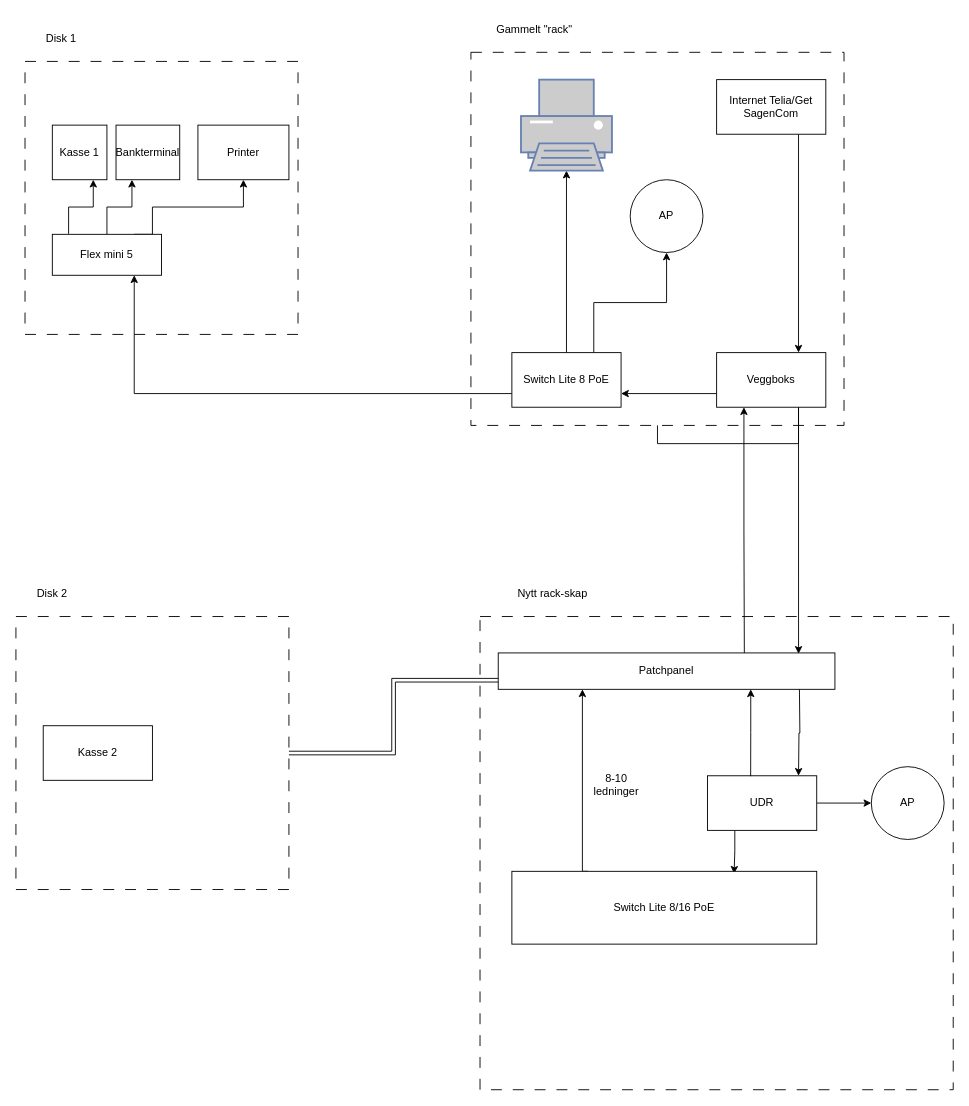
Before: Kolonialen.drawio in soteland/soteland.github.io, a draw.io diagram. Source tidied: cells renumbered, new cells numbered last; positions are measured from the earlier drawing's top-left corner, leaving out a move shared by most shapes. Both pictures are drawn from the tidied source at 91%, with x=0, y=0 at pixel (15, 15).
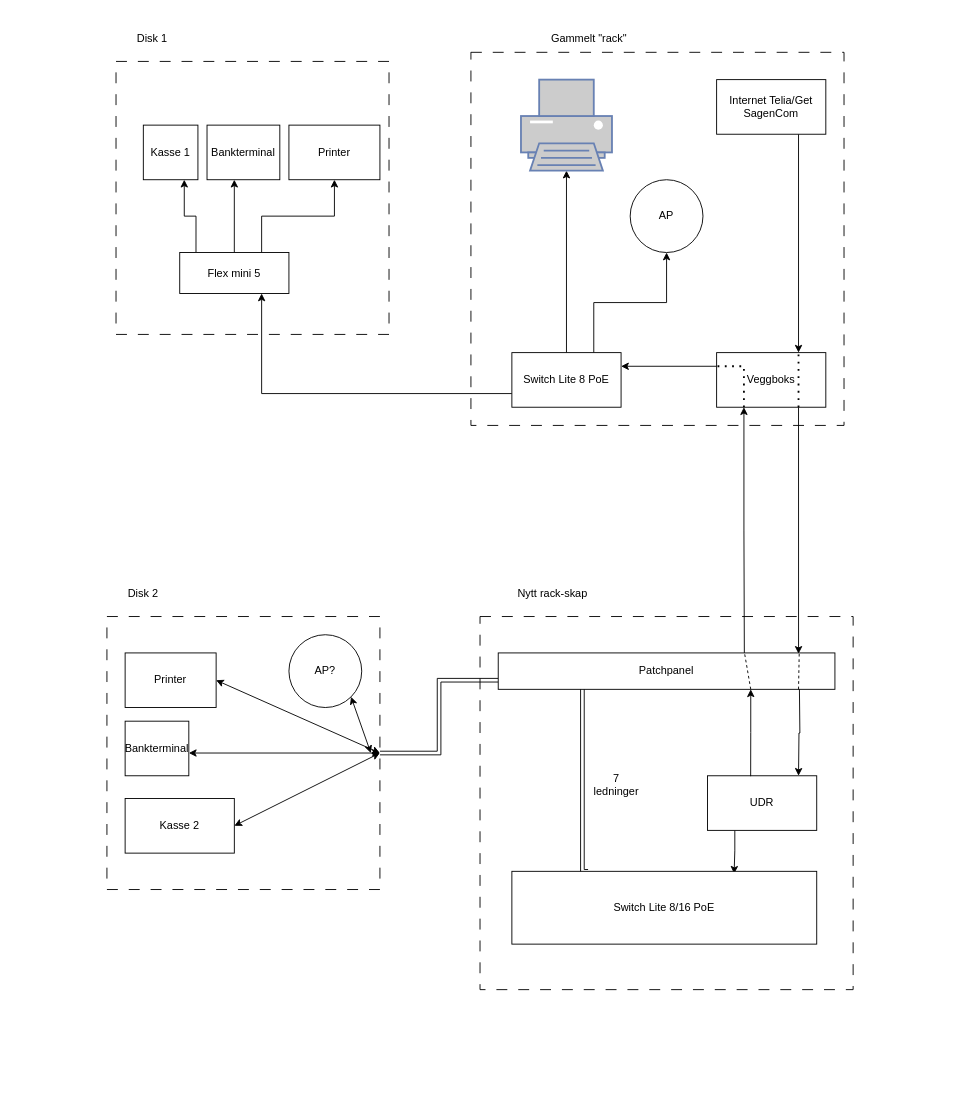
The same page after the edit.

Unchanged cells that the change refers to:
```xml
<mxCell id="5" style="whiteSpace=wrap;html=1;fillColor=none;dashed=1;dashPattern=12 12;" parent="1" vertex="1">
  <mxGeometry x="500" y="40" width="410" height="410" as="geometry" />
</mxCell>
<mxCell id="17" value="UDR" style="rounded=0;whiteSpace=wrap;html=1;" parent="1" vertex="1">
  <mxGeometry x="760" y="835" width="120" height="60" as="geometry" />
</mxCell>
<mxCell id="21" value="Veggboks" style="rounded=0;whiteSpace=wrap;html=1;" parent="1" vertex="1">
  <mxGeometry x="770" y="370" width="120" height="60" as="geometry" />
</mxCell>
<mxCell id="24" value="Patchpanel" style="rounded=0;whiteSpace=wrap;html=1;" parent="1" vertex="1">
  <mxGeometry x="530" y="700" width="370" height="40" as="geometry" />
</mxCell>
<mxCell id="29" value="Switch&amp;nbsp;Lite 8 PoE" style="rounded=0;whiteSpace=wrap;html=1;" parent="1" vertex="1">
  <mxGeometry x="545" y="370" width="120" height="60" as="geometry" />
</mxCell>
<mxCell id="35" value="Switch&amp;nbsp;Lite 8/16 PoE" style="rounded=0;whiteSpace=wrap;html=1;" parent="1" vertex="1">
  <mxGeometry x="545" y="940" width="335" height="80" as="geometry" />
</mxCell>
```

The edit, as a diff of the source:
```diff
@@
     <mxCell id="2" style="whiteSpace=wrap;html=1;fillColor=none;dashed=1;dashPattern=12 12;imageAspect=1;" parent="1" vertex="1">
-      <mxGeometry x="510" y="660" width="520" height="520" as="geometry" />
+      <mxGeometry x="510" y="660" width="410" height="410" as="geometry" />
     </mxCell>
     <mxCell id="3" style="whiteSpace=wrap;html=1;fillColor=none;dashed=1;dashPattern=12 12;" parent="1" vertex="1">
-      <mxGeometry y="660" width="300" height="300" as="geometry" />
+      <mxGeometry x="100" y="660" width="300" height="300" as="geometry" />
     </mxCell>
     <mxCell id="4" style="whiteSpace=wrap;html=1;fillColor=none;dashed=1;dashPattern=12 12;" parent="1" vertex="1">
-      <mxGeometry x="10" y="50" width="300" height="300" as="geometry" />
+      <mxGeometry x="110" y="50" width="300" height="300" as="geometry" />
     </mxCell>
@@
     <mxCell id="8" value="Disk 1" style="text;html=1;strokeColor=none;fillColor=none;align=center;verticalAlign=middle;whiteSpace=wrap;rounded=0;" parent="1" vertex="1">
-      <mxGeometry x="20" y="10" width="60" height="30" as="geometry" />
+      <mxGeometry x="120" y="10" width="60" height="30" as="geometry" />
     </mxCell>
     <mxCell id="9" value="Disk 2" style="text;html=1;strokeColor=none;fillColor=none;align=center;verticalAlign=middle;whiteSpace=wrap;rounded=0;" parent="1" vertex="1">
-      <mxGeometry x="10" y="620" width="60" height="30" as="geometry" />
+      <mxGeometry x="110" y="620" width="60" height="30" as="geometry" />
     </mxCell>
-    <mxCell id="10" style="edgeStyle=orthogonalEdgeStyle;rounded=0;jettySize=auto;html=1;entryX=0.75;entryY=0;entryDx=0;entryDy=0;" parent="1" edge="1" source="5" target="21">
-      <mxGeometry relative="1" as="geometry" />
-    </mxCell>
@@
     <mxCell id="12" value="Gammelt &quot;rack&quot;" style="text;html=1;strokeColor=none;fillColor=none;align=center;verticalAlign=middle;whiteSpace=wrap;rounded=0;" parent="1" vertex="1">
-      <mxGeometry x="510" width="120" height="30" as="geometry" />
+      <mxGeometry x="570" y="10" width="120" height="30" as="geometry" />
     </mxCell>
     <mxCell id="13" value="Kasse 1" style="rounded=0;whiteSpace=wrap;html=1;" parent="1" vertex="1">
-      <mxGeometry x="40" y="120" width="60" height="60" as="geometry" />
+      <mxGeometry x="140" y="120" width="60" height="60" as="geometry" />
     </mxCell>
     <mxCell id="14" value="Kasse 2" style="rounded=0;whiteSpace=wrap;html=1;" parent="1" vertex="1">
-      <mxGeometry x="30" y="780" width="120" height="60" as="geometry" />
+      <mxGeometry x="120" y="860" width="120" height="60" as="geometry" />
     </mxCell>
@@
-    <mxCell id="16" style="edgeStyle=orthogonalEdgeStyle;rounded=0;jettySize=auto;html=1;exitX=1;exitY=0.5;exitDx=0;exitDy=0;entryX=0;entryY=0.5;entryDx=0;entryDy=0;" parent="1" edge="1" source="17" target="40">
-      <mxGeometry relative="1" as="geometry" />
-    </mxCell>
@@
-    <mxCell id="20" style="edgeStyle=orthogonalEdgeStyle;rounded=0;jettySize=auto;html=1;exitX=0;exitY=0.75;exitDx=0;exitDy=0;entryX=1;entryY=0.75;entryDx=0;entryDy=0;" parent="1" edge="1" source="21" target="29">
+    <mxCell id="20" style="edgeStyle=orthogonalEdgeStyle;rounded=0;jettySize=auto;html=1;exitX=0;exitY=0.25;exitDx=0;exitDy=0;entryX=1;entryY=0.25;entryDx=0;entryDy=0;" parent="1" edge="1" source="21" target="29">
       <mxGeometry relative="1" as="geometry" />
     </mxCell>
@@
-    <mxCell id="23" style="edgeStyle=orthogonalEdgeStyle;rounded=0;jettySize=auto;html=1;exitX=0;exitY=0.75;exitDx=0;exitDy=0;entryX=1;entryY=0.5;entryDx=0;entryDy=0;shape=link;" parent="1" edge="1" source="24" target="3">
+    <mxCell id="23" style="edgeStyle=orthogonalEdgeStyle;rounded=0;jettySize=auto;html=1;exitX=0;exitY=0.75;exitDx=0;exitDy=0;shape=link;" parent="1" edge="1" source="24" target="3">
       <mxGeometry relative="1" as="geometry" />
     </mxCell>
@@
     <mxCell id="31" style="edgeStyle=orthogonalEdgeStyle;rounded=0;jettySize=auto;html=1;exitX=0.75;exitY=0;exitDx=0;exitDy=0;entryX=0.5;entryY=1;entryDx=0;entryDy=0;" parent="1" edge="1" source="33" target="37">
       <mxGeometry relative="1" as="geometry">
         <Array as="points">
-          <mxPoint x="150" y="240" />
-          <mxPoint x="150" y="210" />
-          <mxPoint x="250" y="210" />
+          <mxPoint x="270" y="220" />
+          <mxPoint x="350" y="220" />
         </Array>
       </mxGeometry>
     </mxCell>
-    <mxCell id="32" style="edgeStyle=orthogonalEdgeStyle;rounded=0;jettySize=auto;html=1;exitX=0.5;exitY=0;exitDx=0;exitDy=0;entryX=0.25;entryY=1;entryDx=0;entryDy=0;" parent="1" edge="1" source="33" target="36">
-      <mxGeometry relative="1" as="geometry" />
+    <mxCell id="32" style="edgeStyle=orthogonalEdgeStyle;rounded=0;jettySize=auto;html=1;exitX=0.5;exitY=0;exitDx=0;exitDy=0;" parent="1" edge="1" source="33">
+      <mxGeometry relative="1" as="geometry">
+        <mxPoint x="240" y="180" as="targetPoint" />
+        <Array as="points">
+          <mxPoint x="240" y="180" />
+        </Array>
+      </mxGeometry>
     </mxCell>
     <mxCell id="33" value="Flex mini 5" style="rounded=0;whiteSpace=wrap;html=1;" parent="1" vertex="1">
-      <mxGeometry x="40" y="240" width="120" height="45" as="geometry" />
+      <mxGeometry x="180" y="260" width="120" height="45" as="geometry" />
     </mxCell>
-    <mxCell id="34" style="edgeStyle=orthogonalEdgeStyle;rounded=0;jettySize=auto;html=1;exitX=0.25;exitY=0;exitDx=0;exitDy=0;entryX=0.25;entryY=1;entryDx=0;entryDy=0;" parent="1" edge="1" source="35" target="24">
+    <mxCell id="34" style="edgeStyle=orthogonalEdgeStyle;rounded=0;jettySize=auto;html=1;exitX=0.25;exitY=0;exitDx=0;exitDy=0;entryX=0.25;entryY=1;entryDx=0;entryDy=0;shape=link;" parent="1" edge="1" source="35" target="24">
       <mxGeometry relative="1" as="geometry">
         <Array as="points">
           <mxPoint x="623" y="940" />
         </Array>
       </mxGeometry>
     </mxCell>
@@
     <mxCell id="36" value="Bankterminal" style="rounded=0;whiteSpace=wrap;html=1;" parent="1" vertex="1">
-      <mxGeometry x="110" y="120" width="70" height="60" as="geometry" />
+      <mxGeometry x="210" y="120" width="80" height="60" as="geometry" />
     </mxCell>
     <mxCell id="37" value="Printer" style="rounded=0;whiteSpace=wrap;html=1;" parent="1" vertex="1">
-      <mxGeometry x="200" y="120" width="100" height="60" as="geometry" />
+      <mxGeometry x="300" y="120" width="100" height="60" as="geometry" />
     </mxCell>
-    <mxCell id="38" value="8-10 ledninger" style="text;html=1;strokeColor=none;fillColor=none;align=center;verticalAlign=middle;whiteSpace=wrap;rounded=0;" parent="1" vertex="1">
+    <mxCell id="38" value="7 ledninger" style="text;html=1;strokeColor=none;fillColor=none;align=center;verticalAlign=middle;whiteSpace=wrap;rounded=0;" parent="1" vertex="1">
       <mxGeometry x="630" y="830" width="60" height="30" as="geometry" />
     </mxCell>
@@
-    <mxCell id="40" value="AP" style="ellipse;whiteSpace=wrap;html=1;" parent="1" vertex="1">
-      <mxGeometry x="940" y="825" width="80" height="80" as="geometry" />
+    <mxCell id="40" value="AP?" style="ellipse;whiteSpace=wrap;html=1;" parent="1" vertex="1">
+      <mxGeometry x="300" y="680" width="80" height="80" as="geometry" />
     </mxCell>
@@
+    <mxCell id="42" value="Bankterminal" style="rounded=0;whiteSpace=wrap;html=1;" parent="1" vertex="1">
+      <mxGeometry x="120" y="775" width="70" height="60" as="geometry" />
+    </mxCell>
+    <mxCell id="43" value="Printer" style="rounded=0;whiteSpace=wrap;html=1;" parent="1" vertex="1">
+      <mxGeometry x="120" y="700" width="100" height="60" as="geometry" />
+    </mxCell>
+    <mxCell id="44" style="endArrow=classic;startArrow=classic;html=1;rounded=0;exitX=1;exitY=0.5;exitDx=0;exitDy=0;entryX=1;entryY=0.5;entryDx=0;entryDy=0;" parent="1" edge="1" source="43" target="3">
+      <mxGeometry relative="1" as="geometry" />
+    </mxCell>
+    <mxCell id="45" style="endArrow=classic;startArrow=classic;html=1;rounded=0;entryX=1;entryY=0.5;entryDx=0;entryDy=0;" parent="1" edge="1" target="3">
+      <mxGeometry relative="1" as="geometry">
+        <mxPoint x="190" y="810" as="sourcePoint" />
+      </mxGeometry>
+    </mxCell>
+    <mxCell id="46" style="endArrow=classic;startArrow=classic;html=1;rounded=0;exitX=1;exitY=0.5;exitDx=0;exitDy=0;" parent="1" edge="1" source="14">
+      <mxGeometry relative="1" as="geometry">
+        <mxPoint x="400" y="810" as="targetPoint" />
+      </mxGeometry>
+    </mxCell>
+    <mxCell id="47" style="endArrow=classic;startArrow=classic;html=1;rounded=0;entryX=1;entryY=1;entryDx=0;entryDy=0;" parent="1" edge="1" target="40">
+      <mxGeometry relative="1" as="geometry">
+        <mxPoint x="390" y="810" as="sourcePoint" />
+      </mxGeometry>
+    </mxCell>
+    <mxCell id="48" style="endArrow=none;dashed=1;html=1;rounded=0;entryX=0.894;entryY=-0.005;entryDx=0;entryDy=0;entryPerimeter=0;" parent="1" edge="1" target="24">
+      <mxGeometry relative="1" as="geometry">
+        <mxPoint x="860" y="740" as="sourcePoint" />
+      </mxGeometry>
+    </mxCell>
+    <mxCell id="49" style="endArrow=none;dashed=1;html=1;rounded=0;exitX=0.75;exitY=1;exitDx=0;exitDy=0;entryX=0.732;entryY=0.03;entryDx=0;entryDy=0;entryPerimeter=0;" parent="1" edge="1" source="24" target="24">
+      <mxGeometry relative="1" as="geometry" />
+    </mxCell>
+    <mxCell id="50" style="endArrow=none;dashed=1;html=1;dashPattern=1 3;strokeWidth=2;rounded=0;entryX=0.75;entryY=0;entryDx=0;entryDy=0;" parent="1" edge="1" target="21">
+      <mxGeometry relative="1" as="geometry">
+        <mxPoint x="860" y="430" as="sourcePoint" />
+      </mxGeometry>
+    </mxCell>
+    <mxCell id="51" style="endArrow=none;dashed=1;html=1;dashPattern=1 3;strokeWidth=2;rounded=0;entryX=0;entryY=0.25;entryDx=0;entryDy=0;exitX=0.25;exitY=1;exitDx=0;exitDy=0;" parent="1" edge="1" source="21" target="21">
+      <mxGeometry relative="1" as="geometry">
+        <Array as="points">
+          <mxPoint x="800" y="385" />
+        </Array>
+      </mxGeometry>
+    </mxCell>
```
